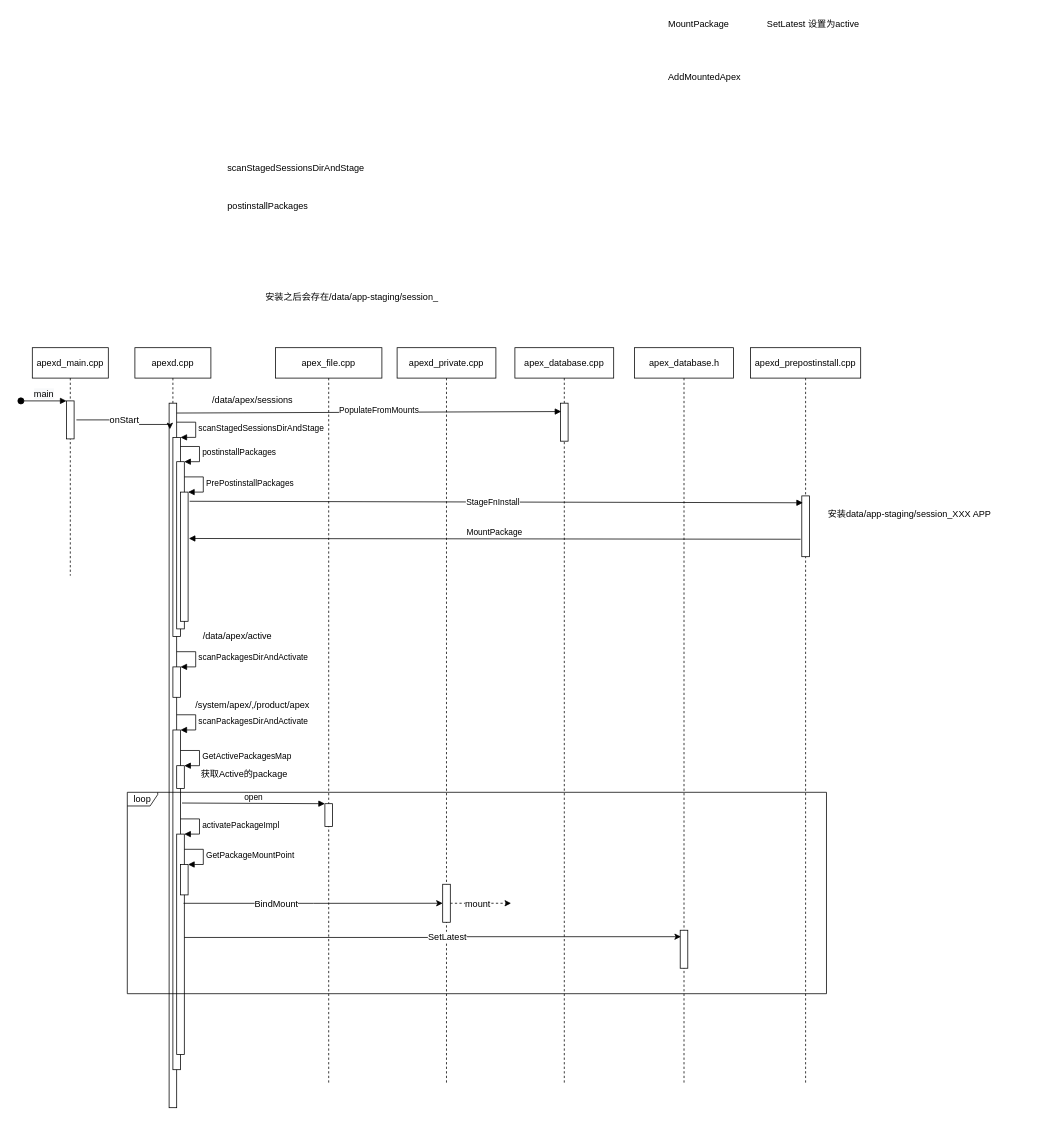
Before: page "start" (5 of 5) of services/APEX/APEX.drawio in pengzhicai/myPicture, a draw.io diagram. Source tidied: cells renumbered, new cells numbered last; positions are measured from the earlier drawing's top-left corner, leaving out a move shared by most shapes. Both pictures are drawn from the tidied source at 76%, with x=0, y=0 at pixel (21, 13).
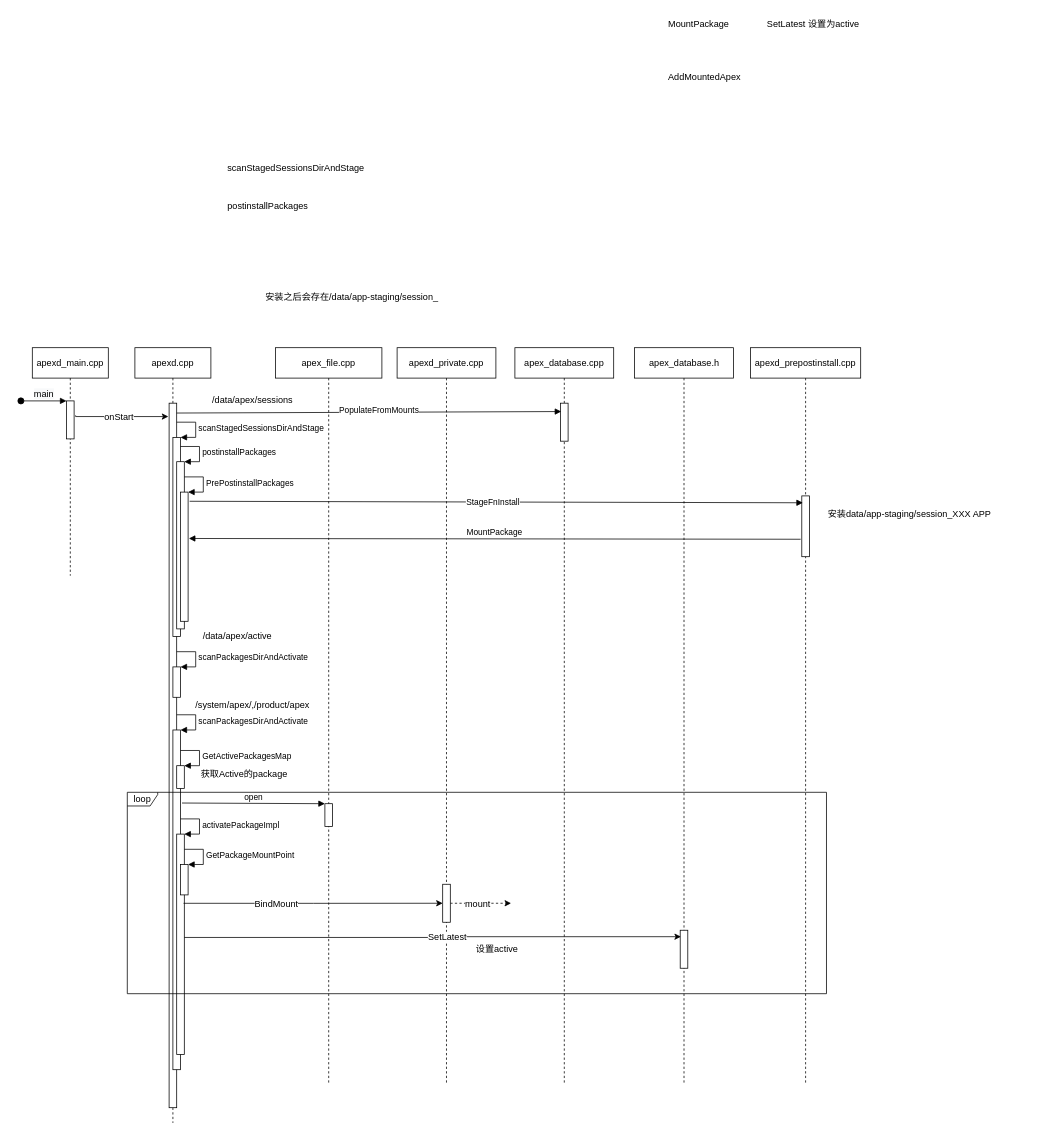
The same page after the edit.

Unchanged cells that the change refers to:
```xml
<mxCell id="6" style="html=1;points=[];perimeter=orthogonalPerimeter;" parent="5" vertex="1">
  <mxGeometry x="45" y="70" width="10" height="50" as="geometry" />
</mxCell>
<mxCell id="9" style="html=1;points=[];perimeter=orthogonalPerimeter;" parent="8" vertex="1">
  <mxGeometry x="45" y="73" width="10" height="927" as="geometry" />
</mxCell>
```

Change to the diagram source:
```diff
@@
     <mxCell id="8" value="&lt;div style=&quot;text-align: left&quot;&gt;&lt;span style=&quot;white-space: nowrap&quot;&gt;apexd.cpp&lt;/span&gt;&lt;/div&gt;" style="shape=umlLifeline;perimeter=lifelinePerimeter;whiteSpace=wrap;html=1;" parent="1" vertex="1">
-      <mxGeometry x="150" y="440" width="100" height="1000" as="geometry" />
+      <mxGeometry x="150" y="440" width="100" height="1020" as="geometry" />
     </mxCell>
@@
-    <mxCell id="33" style="edgeStyle=orthogonalEdgeStyle;rounded=0;jettySize=auto;html=1;exitX=1.3;exitY=0.5;exitDx=0;exitDy=0;exitPerimeter=0;entryX=0.1;entryY=0.037;entryDx=0;entryDy=0;entryPerimeter=0;" parent="1" edge="1" source="6" target="9">
+    <mxCell id="33" style="edgeStyle=orthogonalEdgeStyle;rounded=0;jettySize=auto;html=1;exitX=1.2;exitY=0.38;exitDx=0;exitDy=0;exitPerimeter=0;entryX=-0.1;entryY=0.019;entryDx=0;entryDy=0;entryPerimeter=0;" parent="1" edge="1" source="6" target="9">
       <mxGeometry relative="1" as="geometry">
         <Array as="points">
-          <mxPoint x="120" y="535" />
-          <mxPoint x="120" y="541" />
+          <mxPoint x="72" y="531" />
         </Array>
       </mxGeometry>
     </mxCell>
@@
+    <mxCell id="57" value="设置active" style="text;html=1;" parent="1" vertex="1">
+      <mxGeometry x="596.5" y="1216.5" width="90" height="30" as="geometry" />
+    </mxCell>
```
